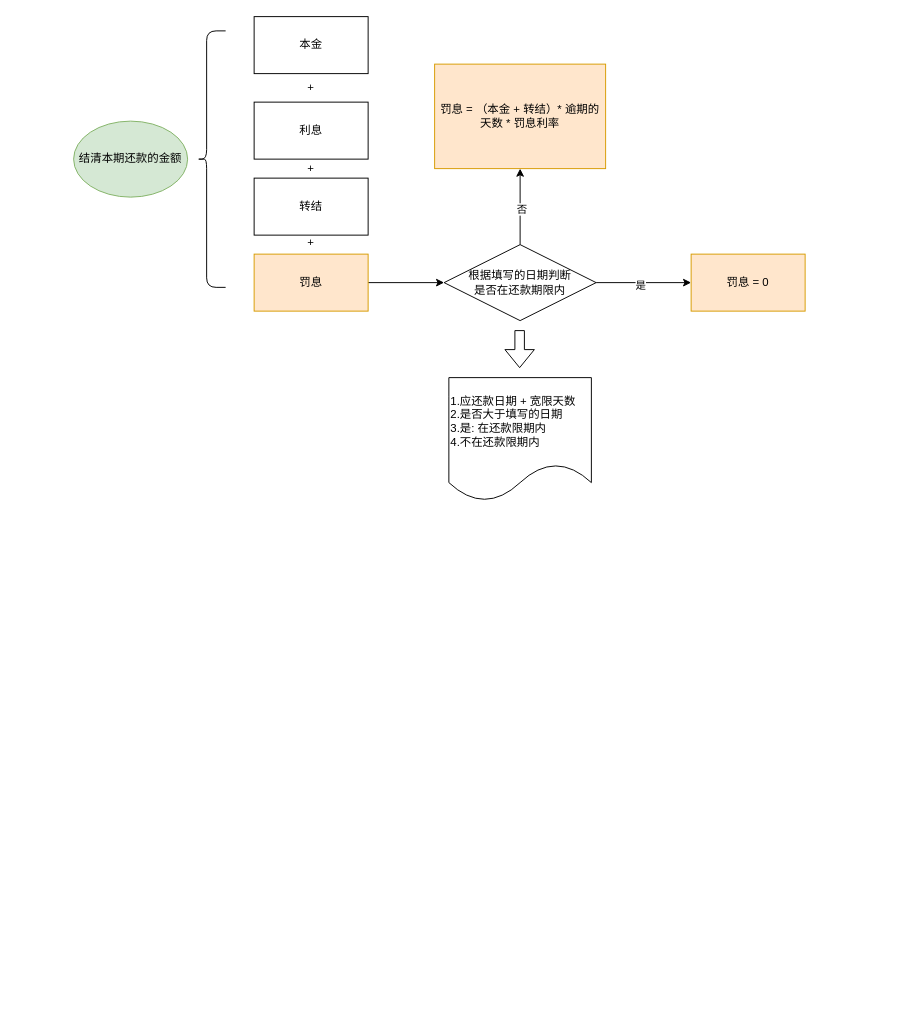
Above: 还款金额.drawio in HaivenZhang/draw-io-files (draw.io), before the change. Source tidied: cells renumbered, new cells numbered last; positions are measured from the earlier drawing's top-left corner, leaving out a move shared by most shapes. Both pictures are drawn from the tidied source at 95%, with x=0, y=0 at pixel (73, 16).
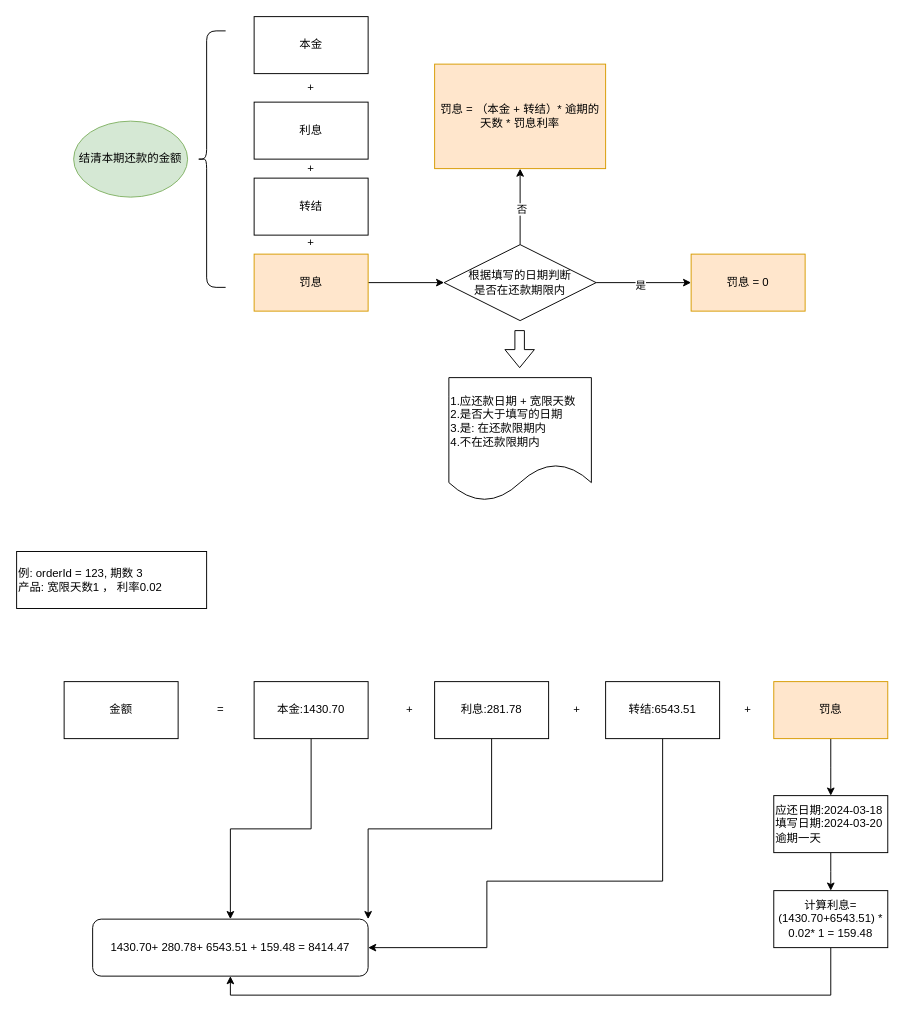
After the change.

Commit message (it also covers changes not shown here):
更新还款金额.drawio

Change to the diagram source:
```diff
@@
+    <mxCell id="21" value="&lt;div&gt;例: orderId = 123, 期数 3&lt;/div&gt;&lt;div&gt;产品: 宽限天数1 ， 利率0.02&lt;br&gt;&lt;/div&gt;" style="rounded=0;whiteSpace=wrap;html=1;align=left;" parent="1" vertex="1">
+      <mxGeometry x="-60" y="563" width="200" height="60" as="geometry" />
+    </mxCell>
+    <mxCell id="22" value="金额" style="whiteSpace=wrap;html=1;" parent="1" vertex="1">
+      <mxGeometry x="-10" y="700" width="120" height="60" as="geometry" />
+    </mxCell>
+    <mxCell id="23" value="=" style="text;html=1;align=center;verticalAlign=middle;whiteSpace=wrap;rounded=0;" parent="1" vertex="1">
+      <mxGeometry x="130" y="715" width="50" height="30" as="geometry" />
+    </mxCell>
+    <mxCell id="24" style="edgeStyle=orthogonalEdgeStyle;rounded=0;jettySize=auto;html=1;entryX=0.5;entryY=0;entryDx=0;entryDy=0;" parent="1" edge="1" source="25" target="39">
+      <mxGeometry relative="1" as="geometry" />
+    </mxCell>
+    <mxCell id="25" value="本金:1430.70" style="rounded=0;whiteSpace=wrap;html=1;" parent="1" vertex="1">
+      <mxGeometry x="190" y="700" width="120" height="60" as="geometry" />
+    </mxCell>
+    <mxCell id="26" value="+" style="text;html=1;align=center;verticalAlign=middle;whiteSpace=wrap;rounded=0;" parent="1" vertex="1">
+      <mxGeometry x="324" y="715" width="60" height="30" as="geometry" />
+    </mxCell>
+    <mxCell id="27" style="edgeStyle=orthogonalEdgeStyle;rounded=0;jettySize=auto;html=1;exitX=0.5;exitY=1;exitDx=0;exitDy=0;entryX=1;entryY=0;entryDx=0;entryDy=0;" parent="1" edge="1" source="28" target="39">
+      <mxGeometry relative="1" as="geometry" />
+    </mxCell>
+    <mxCell id="28" value="利息:281.78" style="rounded=0;whiteSpace=wrap;html=1;" parent="1" vertex="1">
+      <mxGeometry x="380" y="700" width="120" height="60" as="geometry" />
+    </mxCell>
+    <mxCell id="29" value="+" style="text;html=1;align=center;verticalAlign=middle;whiteSpace=wrap;rounded=0;" parent="1" vertex="1">
+      <mxGeometry x="500" y="715" width="60" height="30" as="geometry" />
+    </mxCell>
+    <mxCell id="30" style="edgeStyle=orthogonalEdgeStyle;rounded=0;jettySize=auto;html=1;entryX=1;entryY=0.5;entryDx=0;entryDy=0;" parent="1" edge="1" source="31" target="39">
+      <mxGeometry relative="1" as="geometry">
+        <Array as="points">
+          <mxPoint x="620" y="910" />
+          <mxPoint x="435" y="910" />
+          <mxPoint x="435" y="980" />
+        </Array>
+      </mxGeometry>
+    </mxCell>
+    <mxCell id="31" value="转结:6543.51" style="rounded=0;whiteSpace=wrap;html=1;" parent="1" vertex="1">
+      <mxGeometry x="560" y="700" width="120" height="60" as="geometry" />
+    </mxCell>
+    <mxCell id="32" value="+" style="text;html=1;align=center;verticalAlign=middle;whiteSpace=wrap;rounded=0;" parent="1" vertex="1">
+      <mxGeometry x="680" y="715" width="60" height="30" as="geometry" />
+    </mxCell>
+    <mxCell id="33" style="edgeStyle=orthogonalEdgeStyle;rounded=0;jettySize=auto;html=1;exitX=0.5;exitY=1;exitDx=0;exitDy=0;" parent="1" edge="1" source="34">
+      <mxGeometry relative="1" as="geometry">
+        <mxPoint x="797" y="820" as="targetPoint" />
+      </mxGeometry>
+    </mxCell>
+    <mxCell id="34" value="罚息" style="rounded=0;whiteSpace=wrap;html=1;fillColor=#ffe6cc;strokeColor=#d79b00;" parent="1" vertex="1">
+      <mxGeometry x="737" y="700" width="120" height="60" as="geometry" />
+    </mxCell>
+    <mxCell id="35" style="edgeStyle=orthogonalEdgeStyle;rounded=0;jettySize=auto;html=1;exitX=0.5;exitY=1;exitDx=0;exitDy=0;" parent="1" edge="1" source="36">
+      <mxGeometry relative="1" as="geometry">
+        <mxPoint x="797" y="920" as="targetPoint" />
+      </mxGeometry>
+    </mxCell>
+    <mxCell id="36" value="&lt;div&gt;应还日期:2024-03-18&lt;/div&gt;&lt;div&gt;填写日期:2024-03-20&lt;/div&gt;&lt;div&gt;逾期一天&lt;br&gt;&lt;/div&gt;" style="rounded=0;whiteSpace=wrap;html=1;align=left;" parent="1" vertex="1">
+      <mxGeometry x="737" y="820" width="120" height="60" as="geometry" />
+    </mxCell>
+    <mxCell id="37" style="edgeStyle=orthogonalEdgeStyle;rounded=0;jettySize=auto;html=1;exitX=0.5;exitY=1;exitDx=0;exitDy=0;entryX=0.5;entryY=1;entryDx=0;entryDy=0;" parent="1" edge="1" source="38" target="39">
+      <mxGeometry relative="1" as="geometry" />
+    </mxCell>
+    <mxCell id="38" value="计算利息= (1430.70+6543.51) * 0.02* 1 = 159.48" style="rounded=0;whiteSpace=wrap;html=1;" parent="1" vertex="1">
+      <mxGeometry x="737" y="920" width="120" height="60" as="geometry" />
+    </mxCell>
+    <mxCell id="39" value="1430.70+ 280.78+ 6543.51 + 159.48 = 8414.47" style="rounded=1;whiteSpace=wrap;html=1;" parent="1" vertex="1">
+      <mxGeometry x="20" y="950" width="290" height="60" as="geometry" />
+    </mxCell>
```
